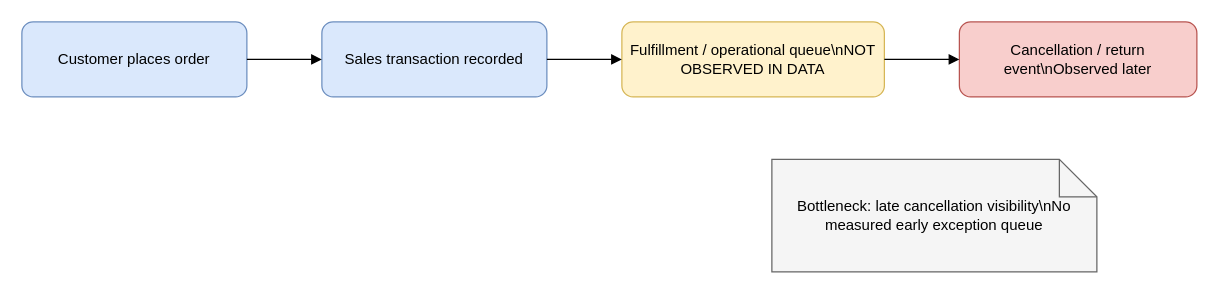
Earlier version of the draw.io diagram page "As-Is" (1 of 2) of docs/process_maps.drawio (JanviReddy19/Order-IQ). Source tidied: cells renumbered, new cells numbered last; positions are measured from the earlier drawing's top-left corner, leaving out a move shared by most shapes. Both pictures are drawn from the tidied source at 125%, with x=0, y=0 at pixel (21, 21).
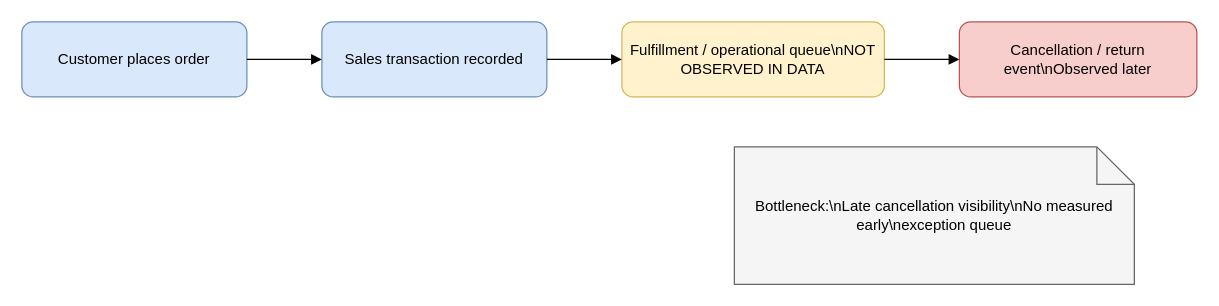
The same page after the edit.

What changed in the source:
```diff
@@
 <mxGraphModel>
   <root>
     <mxCell id="0" />
     <mxCell id="1" parent="0" />
     <mxCell id="2" value="Customer places order" style="rounded=1;whiteSpace=wrap;html=1;fillColor=#dae8fc;strokeColor=#6c8ebf;" parent="1" vertex="1">
       <mxGeometry width="180" height="60" as="geometry" />
     </mxCell>
     <mxCell id="3" value="Sales transaction recorded" style="rounded=1;whiteSpace=wrap;html=1;fillColor=#dae8fc;strokeColor=#6c8ebf;" parent="1" vertex="1">
       <mxGeometry x="240" width="180" height="60" as="geometry" />
     </mxCell>
     <mxCell id="4" value="Fulfillment / operational queue\nNOT OBSERVED IN DATA" style="rounded=1;whiteSpace=wrap;html=1;fillColor=#fff2cc;strokeColor=#d6b656;" parent="1" vertex="1">
       <mxGeometry x="480" width="210" height="60" as="geometry" />
     </mxCell>
     <mxCell id="5" value="Cancellation / return event\nObserved later" style="rounded=1;whiteSpace=wrap;html=1;fillColor=#f8cecc;strokeColor=#b85450;" parent="1" vertex="1">
       <mxGeometry x="750" width="190" height="60" as="geometry" />
     </mxCell>
-    <mxCell id="6" value="Bottleneck: late cancellation visibility\nNo measured early exception queue" style="shape=note;whiteSpace=wrap;html=1;fillColor=#f5f5f5;strokeColor=#666666;" parent="1" vertex="1">
-      <mxGeometry x="600" y="110" width="260" height="90" as="geometry" />
+    <mxCell id="6" value="Bottleneck:\nLate cancellation visibility\nNo measured early\nexception queue" style="shape=note;whiteSpace=wrap;html=1;fillColor=#f5f5f5;strokeColor=#666666;" parent="1" vertex="1">
+      <mxGeometry x="570" y="100" width="320" height="110" as="geometry" />
     </mxCell>
     <mxCell id="7" style="edgeStyle=orthogonalEdgeStyle;rounded=0;html=1;endArrow=block;" parent="1" edge="1" source="2" target="3">
       <mxGeometry relative="1" as="geometry" />
     </mxCell>
     <mxCell id="8" style="edgeStyle=orthogonalEdgeStyle;rounded=0;html=1;endArrow=block;" parent="1" edge="1" source="3" target="4">
       <mxGeometry relative="1" as="geometry" />
     </mxCell>
     <mxCell id="9" style="edgeStyle=orthogonalEdgeStyle;rounded=0;html=1;endArrow=block;" parent="1" edge="1" source="4" target="5">
       <mxGeometry relative="1" as="geometry" />
     </mxCell>
   </root>
 </mxGraphModel>
```
